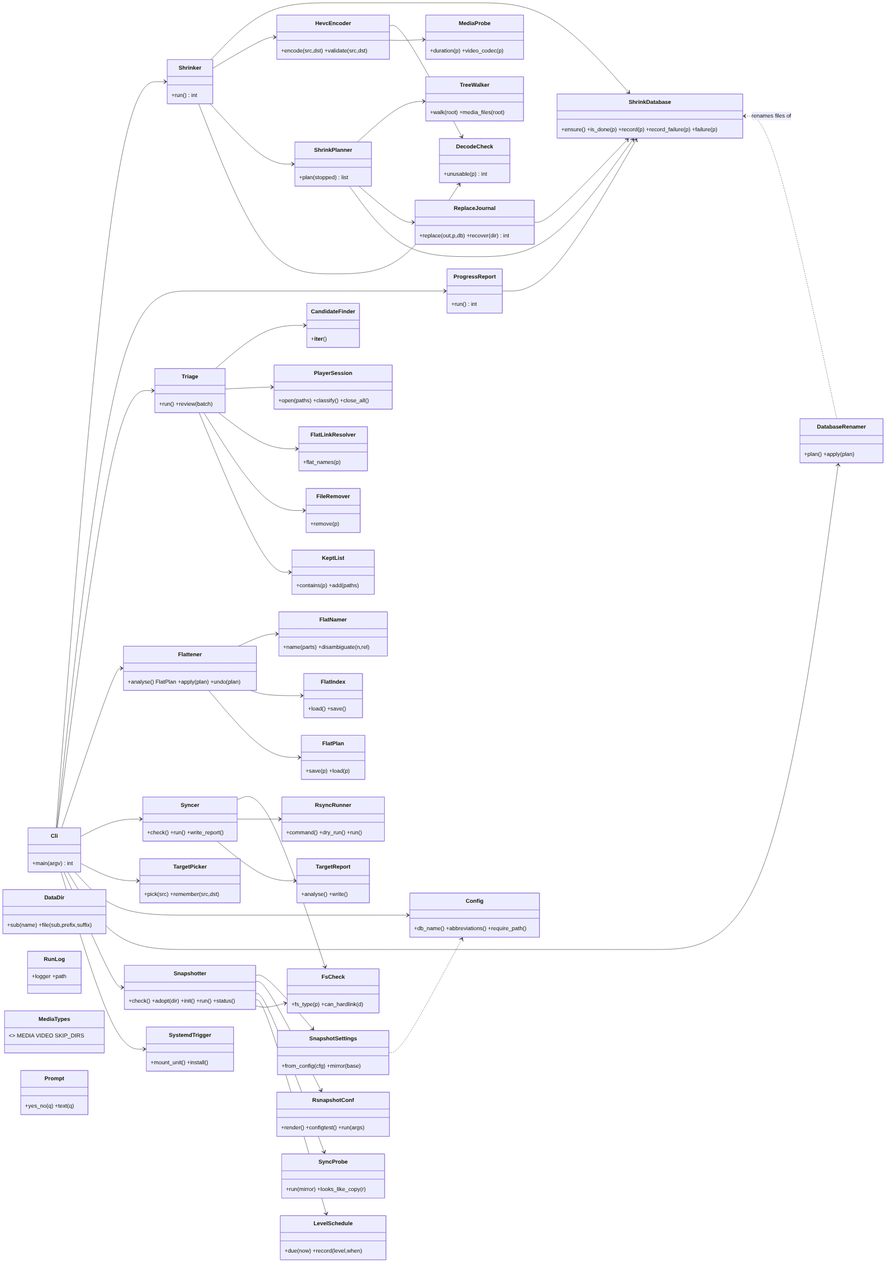
Earlier version of the Mermaid export docs/img/classes.png (peddanet/mediatools). Its source is kept beside it as docs/img/classes.mmd.
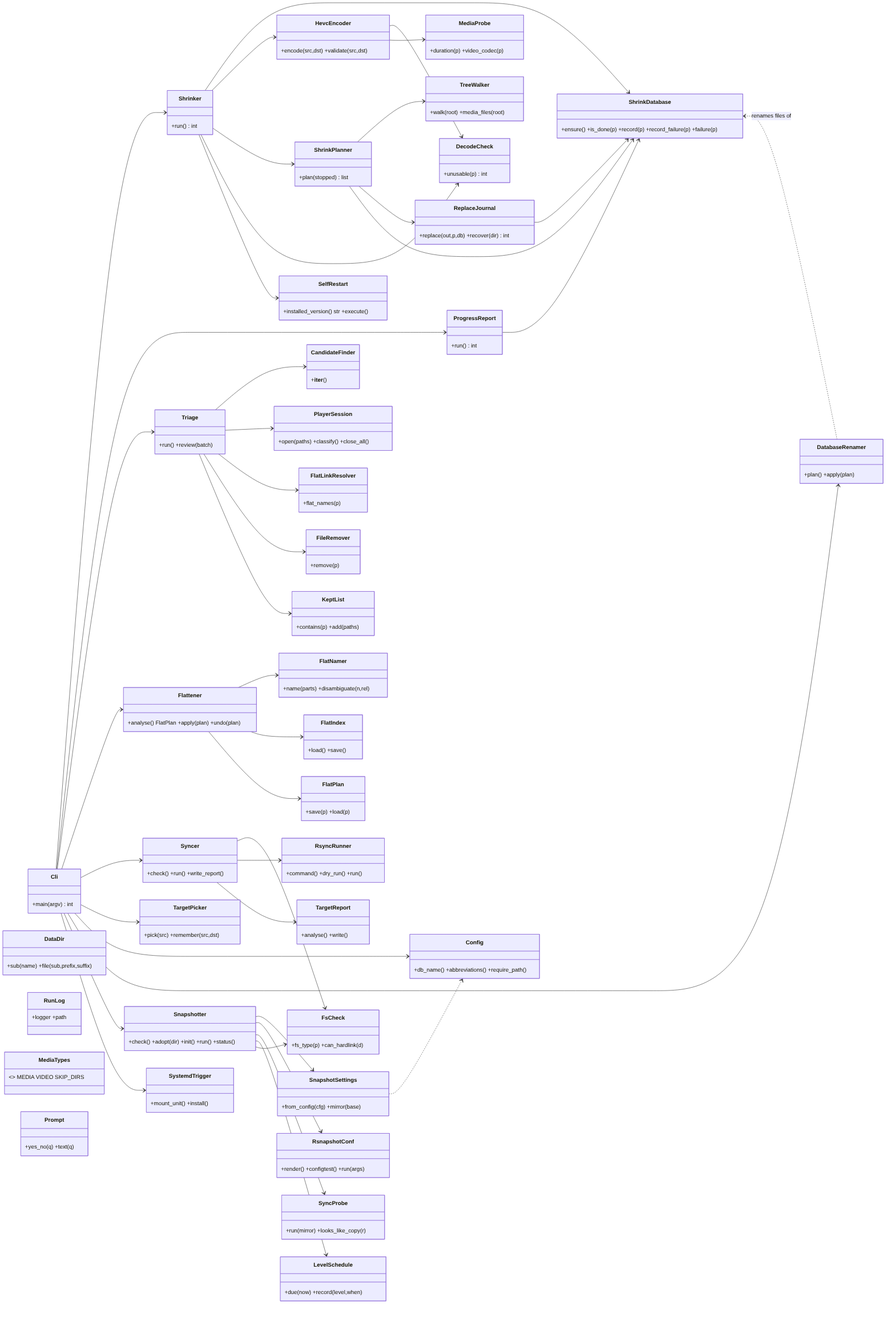
After the commit.

What changed in the source:
```diff
@@ -13,6 +13,7 @@
   class ShrinkPlanner { +plan(stopped) list }
   class ReplaceJournal { +replace(out,p,db) +recover(dir) int }
   class DecodeCheck { +unusable(p) int }
+  class SelfRestart { +installed_version() str +execute() }
   class HevcEncoder { +encode(src,dst) +validate(src,dst) }
   class ProgressReport { +run() int }
   class DatabaseRenamer { +plan() +apply(plan) }
@@ -46,6 +47,7 @@
   Shrinker --> HevcEncoder
   Shrinker --> ShrinkPlanner
   Shrinker --> DecodeCheck
+  Shrinker --> SelfRestart
   ShrinkPlanner --> TreeWalker
   ShrinkPlanner --> ReplaceJournal
   ShrinkPlanner --> ShrinkDatabase
```
